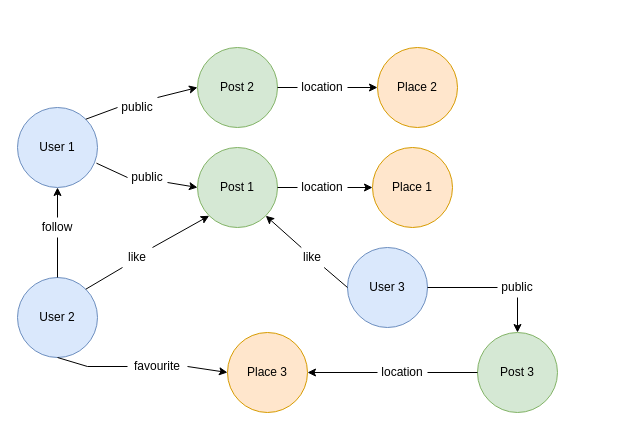
Ruggero1912/MappIt keeps this draw.io diagram as documentation/graphScheme.drawio. Above is the earlier version. Source tidied: cells renumbered, new cells numbered last; positions are measured from the earlier drawing's top-left corner, leaving out a move shared by most shapes. Both pictures are drawn from the tidied source at 100%, with x=0, y=0 at pixel (17, 47).
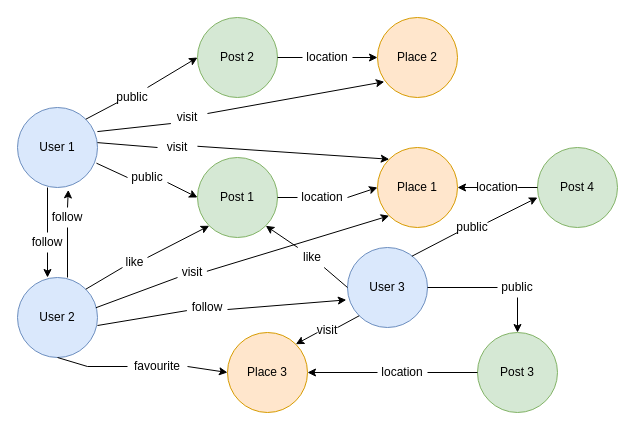
The same page after the edit.

Unchanged cells that the change refers to:
```xml
<mxCell id="3" style="ellipse;whiteSpace=wrap;html=1;fillColor=#dae8fc;strokeColor=#6c8ebf;" parent="2" vertex="1">
  <mxGeometry width="80" height="80" as="geometry" />
</mxCell>
<mxCell id="6" style="ellipse;whiteSpace=wrap;html=1;fillColor=#dae8fc;strokeColor=#6c8ebf;" parent="5" vertex="1">
  <mxGeometry width="80" height="80" as="geometry" />
</mxCell>
<mxCell id="9" style="ellipse;whiteSpace=wrap;html=1;fillColor=#dae8fc;strokeColor=#6c8ebf;" parent="8" vertex="1">
  <mxGeometry width="80" height="80" as="geometry" />
</mxCell>
<mxCell id="12" style="ellipse;whiteSpace=wrap;html=1;fillColor=#ffe6cc;strokeColor=#d79b00;" parent="11" vertex="1">
  <mxGeometry width="80" height="80" as="geometry" />
</mxCell>
<mxCell id="14" value="Place 3" style="ellipse;whiteSpace=wrap;html=1;fillColor=#ffe6cc;strokeColor=#d79b00;" parent="1" vertex="1">
  <mxGeometry x="210" y="285" width="80" height="80" as="geometry" />
</mxCell>
<mxCell id="28" style="ellipse;whiteSpace=wrap;html=1;fillColor=#ffe6cc;strokeColor=#d79b00;" parent="27" vertex="1">
  <mxGeometry width="80" height="80" as="geometry" />
</mxCell>
```

Diff of the diagram source:
```diff
@@
     <mxCell id="11" style="group;" parent="1" vertex="1">
-      <mxGeometry x="355" y="100" width="80" height="80" as="geometry" />
+      <mxGeometry x="360" y="100" width="80" height="80" as="geometry" />
     </mxCell>
@@
     <mxCell id="15" value="Post 1" style="ellipse;whiteSpace=wrap;html=1;fillColor=#d5e8d4;strokeColor=#82b366;" parent="1" vertex="1">
-      <mxGeometry x="180" y="100" width="80" height="80" as="geometry" />
+      <mxGeometry x="180" y="110" width="80" height="80" as="geometry" />
     </mxCell>
-    <mxCell id="16" style="endArrow=classic;html=1;rounded=0;exitX=0.5;exitY=0;exitDx=0;exitDy=0;entryX=0.5;entryY=1;entryDx=0;entryDy=0;startArrow=none;" parent="1" edge="1" source="19" target="3">
+    <mxCell id="16" style="endArrow=classic;html=1;rounded=0;exitX=0.5;exitY=0;exitDx=0;exitDy=0;entryX=0.635;entryY=1.03;entryDx=0;entryDy=0;startArrow=none;entryPerimeter=0;" parent="1" edge="1" source="19" target="3">
       <mxGeometry relative="1" as="geometry" />
     </mxCell>
@@
     <mxCell id="19" value="follow" style="text;html=1;strokeColor=none;fillColor=none;align=center;verticalAlign=middle;whiteSpace=wrap;rounded=0;" parent="1" vertex="1">
-      <mxGeometry x="10" y="170" width="60" height="20" as="geometry" />
+      <mxGeometry x="20" y="160" width="60" height="20" as="geometry" />
     </mxCell>
-    <mxCell id="20" style="endArrow=none;html=1;rounded=0;exitX=0.5;exitY=0;exitDx=0;exitDy=0;entryX=0.5;entryY=1;entryDx=0;entryDy=0;" parent="1" edge="1" source="6" target="19">
-      <mxGeometry relative="1" as="geometry" />
+    <mxCell id="20" style="endArrow=none;html=1;rounded=0;entryX=0.5;entryY=1;entryDx=0;entryDy=0;" parent="1" edge="1" target="19">
+      <mxGeometry relative="1" as="geometry">
+        <mxPoint x="50" y="230" as="sourcePoint" />
+      </mxGeometry>
     </mxCell>
@@
     <mxCell id="27" style="group;" parent="1" vertex="1">
-      <mxGeometry x="360" width="80" height="80" as="geometry" />
+      <mxGeometry x="360" y="-30" width="80" height="80" as="geometry" />
     </mxCell>
@@
     <mxCell id="30" value="Post 2" style="ellipse;whiteSpace=wrap;html=1;fillColor=#d5e8d4;strokeColor=#82b366;" parent="1" vertex="1">
-      <mxGeometry x="180" width="80" height="80" as="geometry" />
+      <mxGeometry x="180" y="-30" width="80" height="80" as="geometry" />
     </mxCell>
@@
     <mxCell id="33" value="location" style="text;html=1;strokeColor=none;fillColor=none;align=center;verticalAlign=middle;whiteSpace=wrap;rounded=0;" parent="1" vertex="1">
-      <mxGeometry x="280" y="125" width="50" height="30" as="geometry" />
+      <mxGeometry x="280" y="135" width="50" height="30" as="geometry" />
     </mxCell>
@@
     <mxCell id="35" value="location" style="text;html=1;strokeColor=none;fillColor=none;align=center;verticalAlign=middle;whiteSpace=wrap;rounded=0;" parent="1" vertex="1">
-      <mxGeometry x="280" y="25" width="50" height="30" as="geometry" />
+      <mxGeometry x="285" y="-5" width="50" height="30" as="geometry" />
     </mxCell>
@@
     <mxCell id="39" value="public" style="text;html=1;strokeColor=none;fillColor=none;align=center;verticalAlign=middle;whiteSpace=wrap;rounded=0;" parent="1" vertex="1">
-      <mxGeometry x="100" y="50" width="40" height="20" as="geometry" />
+      <mxGeometry x="100" y="40" width="30" height="20" as="geometry" />
     </mxCell>
-    <mxCell id="40" style="endArrow=none;html=1;rounded=0;entryX=0;entryY=0.5;entryDx=0;entryDy=0;exitX=1;exitY=0;exitDx=0;exitDy=0;" parent="1" edge="1" source="3" target="39">
+    <mxCell id="40" style="endArrow=none;html=1;rounded=0;entryX=0;entryY=0.75;entryDx=0;entryDy=0;exitX=1;exitY=0;exitDx=0;exitDy=0;" parent="1" edge="1" source="3" target="39">
       <mxGeometry relative="1" as="geometry" />
     </mxCell>
@@
     <mxCell id="49" value="like" style="text;html=1;strokeColor=none;fillColor=none;align=center;verticalAlign=middle;whiteSpace=wrap;rounded=0;" parent="1" vertex="1">
-      <mxGeometry x="105" y="200" width="30" height="20" as="geometry" />
+      <mxGeometry x="105" y="210" width="25" height="10" as="geometry" />
     </mxCell>
@@
+    <mxCell id="51" style="endArrow=classic;html=1;rounded=0;entryX=0;entryY=1;entryDx=0;entryDy=0;exitX=0.98;exitY=0.378;exitDx=0;exitDy=0;exitPerimeter=0;startArrow=none;" parent="1" edge="1" source="52" target="12">
+      <mxGeometry relative="1" as="geometry" />
+    </mxCell>
+    <mxCell id="52" value="visit" style="text;html=1;strokeColor=none;fillColor=none;align=center;verticalAlign=middle;whiteSpace=wrap;rounded=0;" parent="1" vertex="1">
+      <mxGeometry x="160" y="220" width="30" height="10" as="geometry" />
+    </mxCell>
+    <mxCell id="53" style="endArrow=none;html=1;rounded=0;entryX=0;entryY=1;entryDx=0;entryDy=0;exitX=0.98;exitY=0.378;exitDx=0;exitDy=0;exitPerimeter=0;" parent="1" edge="1" source="6" target="52">
+      <mxGeometry relative="1" as="geometry" />
+    </mxCell>
+    <mxCell id="54" style="endArrow=classic;html=1;rounded=0;exitX=0;exitY=1;exitDx=0;exitDy=0;entryX=1;entryY=0;entryDx=0;entryDy=0;startArrow=none;" parent="1" edge="1" source="55" target="14">
+      <mxGeometry relative="1" as="geometry" />
+    </mxCell>
+    <mxCell id="55" value="visit" style="text;html=1;strokeColor=none;fillColor=none;align=center;verticalAlign=middle;whiteSpace=wrap;rounded=0;" parent="1" vertex="1">
+      <mxGeometry x="300" y="280" width="20" height="5" as="geometry" />
+    </mxCell>
+    <mxCell id="56" style="endArrow=none;html=1;rounded=0;exitX=0;exitY=1;exitDx=0;exitDy=0;entryX=1;entryY=0;entryDx=0;entryDy=0;" parent="1" edge="1" source="9" target="55">
+      <mxGeometry relative="1" as="geometry" />
+    </mxCell>
+    <mxCell id="57" style="endArrow=classic;html=1;rounded=0;exitX=0.999;exitY=0.301;exitDx=0;exitDy=0;exitPerimeter=0;entryX=0.085;entryY=0.803;entryDx=0;entryDy=0;entryPerimeter=0;startArrow=none;" parent="1" edge="1" source="59" target="28">
+      <mxGeometry relative="1" as="geometry" />
+    </mxCell>
+    <mxCell id="58" style="endArrow=classic;html=1;rounded=0;exitX=0.999;exitY=0.439;exitDx=0;exitDy=0;exitPerimeter=0;entryX=0;entryY=0;entryDx=0;entryDy=0;startArrow=none;" parent="1" edge="1" source="61" target="12">
+      <mxGeometry relative="1" as="geometry" />
+    </mxCell>
+    <mxCell id="59" value="visit" style="text;html=1;strokeColor=none;fillColor=none;align=center;verticalAlign=middle;whiteSpace=wrap;rounded=0;" parent="1" vertex="1">
+      <mxGeometry x="150" y="60" width="40" height="20" as="geometry" />
+    </mxCell>
+    <mxCell id="60" style="endArrow=none;html=1;rounded=0;exitX=0.999;exitY=0.301;exitDx=0;exitDy=0;exitPerimeter=0;entryX=0.085;entryY=0.803;entryDx=0;entryDy=0;entryPerimeter=0;" parent="1" edge="1" source="3" target="59">
+      <mxGeometry relative="1" as="geometry" />
+    </mxCell>
+    <mxCell id="61" value="visit" style="text;html=1;strokeColor=none;fillColor=none;align=center;verticalAlign=middle;whiteSpace=wrap;rounded=0;" parent="1" vertex="1">
+      <mxGeometry x="140" y="90" width="40" height="20" as="geometry" />
+    </mxCell>
+    <mxCell id="62" style="endArrow=none;html=1;rounded=0;exitX=0.999;exitY=0.439;exitDx=0;exitDy=0;exitPerimeter=0;entryX=0;entryY=0.5;entryDx=0;entryDy=0;" parent="1" edge="1" source="3" target="61">
+      <mxGeometry relative="1" as="geometry" />
+    </mxCell>
+    <mxCell id="63" style="endArrow=classic;html=1;rounded=0;exitX=1;exitY=0;exitDx=0;exitDy=0;entryX=0;entryY=0.625;entryDx=0;entryDy=0;startArrow=none;entryPerimeter=0;" parent="1" edge="1" source="64" target="66">
+      <mxGeometry relative="1" as="geometry" />
+    </mxCell>
+    <mxCell id="64" value="public" style="text;html=1;strokeColor=none;fillColor=none;align=center;verticalAlign=middle;whiteSpace=wrap;rounded=0;" parent="1" vertex="1">
+      <mxGeometry x="440" y="175" width="30" height="10" as="geometry" />
+    </mxCell>
+    <mxCell id="65" style="endArrow=none;html=1;rounded=0;exitX=0.805;exitY=0.109;exitDx=0;exitDy=0;entryX=0;entryY=1;entryDx=0;entryDy=0;exitPerimeter=0;" parent="1" edge="1" source="9" target="64">
+      <mxGeometry relative="1" as="geometry" />
+    </mxCell>
+    <mxCell id="66" value="Post 4" style="ellipse;whiteSpace=wrap;html=1;fillColor=#d5e8d4;strokeColor=#82b366;" parent="1" vertex="1">
+      <mxGeometry x="520" y="100" width="80" height="80" as="geometry" />
+    </mxCell>
+    <mxCell id="67" style="endArrow=classic;html=1;rounded=0;exitX=0;exitY=0.5;exitDx=0;exitDy=0;entryX=1;entryY=0.5;entryDx=0;entryDy=0;startArrow=none;" parent="1" edge="1" source="68" target="12">
+      <mxGeometry relative="1" as="geometry" />
+    </mxCell>
+    <mxCell id="68" value="location" style="text;html=1;strokeColor=none;fillColor=none;align=center;verticalAlign=middle;whiteSpace=wrap;rounded=0;" parent="1" vertex="1">
+      <mxGeometry x="460" y="130" width="40" height="20" as="geometry" />
+    </mxCell>
+    <mxCell id="69" style="endArrow=none;html=1;rounded=0;exitX=0;exitY=0.5;exitDx=0;exitDy=0;entryX=1;entryY=0.5;entryDx=0;entryDy=0;" parent="1" edge="1" source="66" target="68">
+      <mxGeometry relative="1" as="geometry" />
+    </mxCell>
+    <mxCell id="70" style="endArrow=classic;html=1;rounded=0;exitX=1;exitY=0.6;exitDx=0;exitDy=0;exitPerimeter=0;entryX=-0.015;entryY=0.655;entryDx=0;entryDy=0;entryPerimeter=0;startArrow=none;" parent="1" edge="1" source="71" target="9">
+      <mxGeometry relative="1" as="geometry" />
+    </mxCell>
+    <mxCell id="71" value="follow" style="text;html=1;strokeColor=none;fillColor=none;align=center;verticalAlign=middle;whiteSpace=wrap;rounded=0;" parent="1" vertex="1">
+      <mxGeometry x="170" y="250" width="40" height="20" as="geometry" />
+    </mxCell>
+    <mxCell id="72" style="endArrow=none;html=1;rounded=0;exitX=1;exitY=0.6;exitDx=0;exitDy=0;exitPerimeter=0;entryX=-0.015;entryY=0.655;entryDx=0;entryDy=0;entryPerimeter=0;" parent="1" edge="1" source="6" target="71">
+      <mxGeometry relative="1" as="geometry" />
+    </mxCell>
+    <mxCell id="73" style="endArrow=classic;html=1;rounded=0;exitX=0.5;exitY=1;exitDx=0;exitDy=0;startArrow=none;" parent="1" edge="1" source="74">
+      <mxGeometry relative="1" as="geometry">
+        <mxPoint x="30" y="230" as="targetPoint" />
+      </mxGeometry>
+    </mxCell>
+    <mxCell id="74" value="follow" style="text;html=1;strokeColor=none;fillColor=none;align=center;verticalAlign=middle;whiteSpace=wrap;rounded=0;" parent="1" vertex="1">
+      <mxGeometry y="185" width="60" height="20" as="geometry" />
+    </mxCell>
+    <mxCell id="75" style="endArrow=none;html=1;rounded=0;exitX=0.375;exitY=1;exitDx=0;exitDy=0;exitPerimeter=0;" parent="1" edge="1" source="3" target="74">
+      <mxGeometry relative="1" as="geometry" />
+    </mxCell>
```
